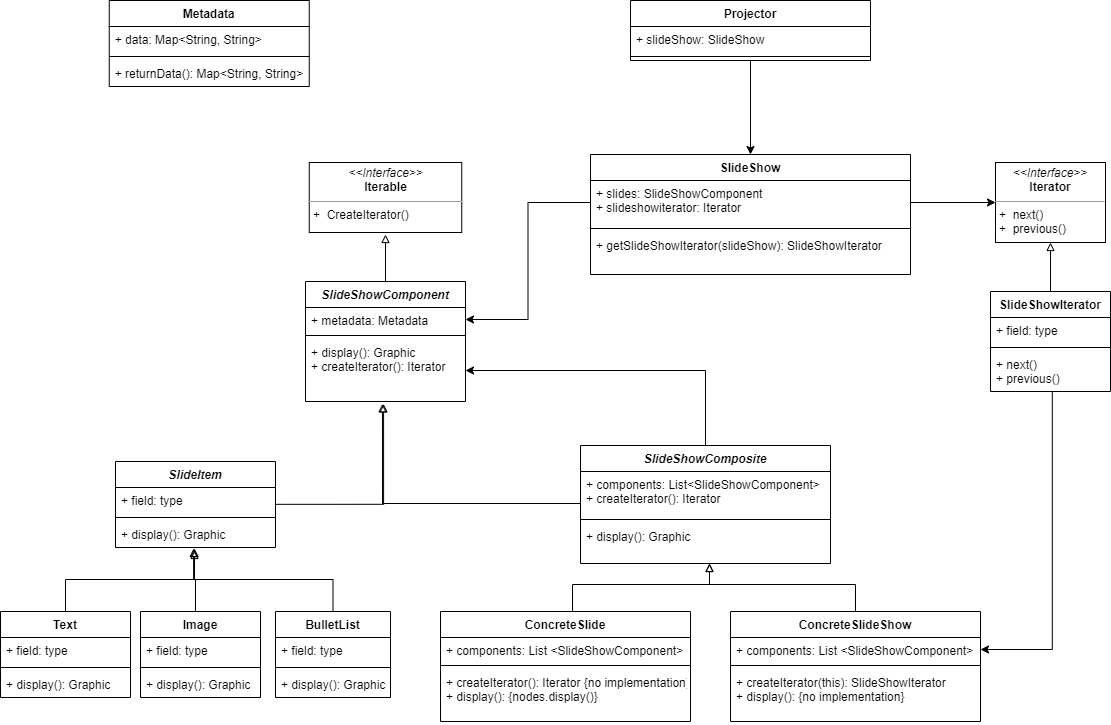
Earlier version of the draw.io export Diagrams/DesignModel.drawio.png (maartendekker1998/OU_jabberpoint). Source tidied: cells renumbered, new cells last; positions are measured from the earlier drawing's top-left corner, leaving out a move shared by most shapes.
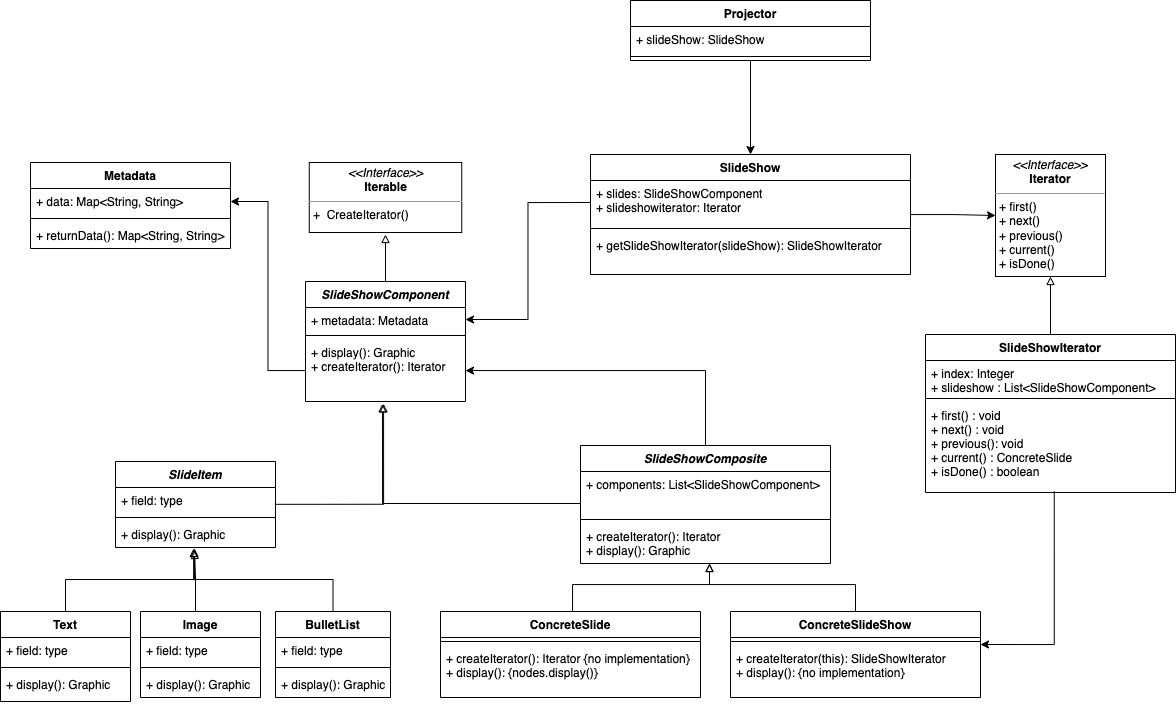
The same file after the commit.

The edit, as a diff of the source:
```diff
@@ -32,7 +32,7 @@
       <mxGeometry y="58" width="160" height="62" as="geometry" />
     </mxCell>
     <mxCell id="11" value="Metadata" style="swimlane;fontStyle=1;align=center;verticalAlign=top;horizontal=1;startSize=26;" parent="1" vertex="1">
-      <mxGeometry x="108.8" width="200" height="86" as="geometry" />
+      <mxGeometry x="30" y="162" width="200" height="86" as="geometry" />
     </mxCell>
     <mxCell id="12" value="+ data: Map&lt;String, String&gt;" style="text;strokeColor=none;fillColor=none;align=left;verticalAlign=top;spacingLeft=4;spacingRight=4;overflow=hidden;points=[[0,0.5],[1,0.5]];portConstraint=eastwest;" parent="11" vertex="1">
       <mxGeometry y="26" width="200" height="26" as="geometry" />
@@ -57,20 +57,20 @@
     <mxCell id="17" value="SlideShowComposite" style="swimlane;fontStyle=3;align=center;verticalAlign=top;horizontal=1;startSize=26;" parent="1" vertex="1">
       <mxGeometry x="580" y="445" width="250" height="118" as="geometry" />
     </mxCell>
-    <mxCell id="18" value="+ components: List&lt;SlideShowComponent&gt;&#10;+ createIterator(): Iterator" style="text;strokeColor=none;fillColor=none;align=left;verticalAlign=top;spacingLeft=4;spacingRight=4;overflow=hidden;" parent="17" vertex="1">
+    <mxCell id="18" value="+ components: List&lt;SlideShowComponent&gt;&#10;" style="text;strokeColor=none;fillColor=none;align=left;verticalAlign=top;spacingLeft=4;spacingRight=4;overflow=hidden;" parent="17" vertex="1">
       <mxGeometry y="26" width="250" height="44" as="geometry" />
     </mxCell>
     <mxCell id="19" style="line;strokeWidth=1;fillColor=none;align=left;verticalAlign=middle;spacingTop=-1;spacingLeft=3;spacingRight=3;labelPosition=right;strokeColor=inherit;" parent="17" vertex="1">
       <mxGeometry y="70" width="250" height="8" as="geometry" />
     </mxCell>
-    <mxCell id="20" value="+ display(): Graphic" style="text;strokeColor=none;fillColor=none;align=left;verticalAlign=top;spacingLeft=4;spacingRight=4;overflow=hidden;points=[[0,0.5],[1,0.5]];portConstraint=eastwest;" parent="17" vertex="1">
+    <mxCell id="20" value="+ createIterator(): Iterator&#10;+ display(): Graphic" style="text;strokeColor=none;fillColor=none;align=left;verticalAlign=top;spacingLeft=4;spacingRight=4;overflow=hidden;points=[[0,0.5],[1,0.5]];portConstraint=eastwest;" parent="17" vertex="1">
       <mxGeometry y="78" width="250" height="40" as="geometry" />
     </mxCell>
     <mxCell id="21" style="edgeStyle=orthogonalEdgeStyle;rounded=0;jettySize=auto;html=1;entryX=0.494;entryY=1.038;entryDx=0;entryDy=0;entryPerimeter=0;startArrow=none;startFill=0;endArrow=block;endFill=0;" parent="1" edge="1" source="22" target="40">
       <mxGeometry relative="1" as="geometry" />
     </mxCell>
     <mxCell id="22" value="Text" style="swimlane;fontStyle=1;align=center;verticalAlign=top;horizontal=1;startSize=26;" parent="1" vertex="1">
-      <mxGeometry y="611" width="130" height="86" as="geometry" />
+      <mxGeometry y="611" width="130" height="90" as="geometry" />
     </mxCell>
     <mxCell id="23" value="+ field: type" style="text;strokeColor=none;fillColor=none;align=left;verticalAlign=top;spacingLeft=4;spacingRight=4;overflow=hidden;" parent="22" vertex="1">
       <mxGeometry y="26" width="130" height="26" as="geometry" />
@@ -79,7 +79,7 @@
       <mxGeometry y="52" width="130" height="8" as="geometry" />
     </mxCell>
     <mxCell id="25" value="+ display(): Graphic" style="text;strokeColor=none;fillColor=none;align=left;verticalAlign=top;spacingLeft=4;spacingRight=4;overflow=hidden;" parent="22" vertex="1">
-      <mxGeometry y="60" width="130" height="26" as="geometry" />
+      <mxGeometry y="60" width="130" height="30" as="geometry" />
     </mxCell>
     <mxCell id="26" style="edgeStyle=orthogonalEdgeStyle;rounded=0;jettySize=auto;html=1;entryX=0.494;entryY=1.115;entryDx=0;entryDy=0;entryPerimeter=0;startArrow=none;startFill=0;endArrow=block;endFill=0;" parent="1" edge="1" source="27" target="40">
       <mxGeometry relative="1" as="geometry">
@@ -144,20 +144,20 @@
       </mxGeometry>
     </mxCell>
     <mxCell id="42" value="ConcreteSlide" style="swimlane;fontStyle=1;align=center;verticalAlign=top;horizontal=1;startSize=26;" parent="1" vertex="1">
-      <mxGeometry x="440" y="611" width="250" height="110" as="geometry" />
+      <mxGeometry x="440" y="611" width="260" height="86" as="geometry" />
     </mxCell>
-    <mxCell id="43" value="+ components: List &lt;SlideShowComponent&gt;&#10;" style="text;strokeColor=none;fillColor=none;align=left;verticalAlign=top;spacingLeft=4;spacingRight=4;overflow=hidden;" parent="42" vertex="1">
-      <mxGeometry y="26" width="250" height="24" as="geometry" />
-    </mxCell>
     <mxCell id="44" style="line;strokeWidth=1;fillColor=none;align=left;verticalAlign=middle;spacingTop=-1;spacingLeft=3;spacingRight=3;labelPosition=right;strokeColor=inherit;" parent="42" vertex="1">
-      <mxGeometry y="50" width="250" height="8" as="geometry" />
+      <mxGeometry y="26" width="260" height="8" as="geometry" />
     </mxCell>
     <mxCell id="45" value="+ createIterator(): Iterator {no implementation}&#10;+ display(): {nodes.display()}" style="text;strokeColor=none;fillColor=none;align=left;verticalAlign=top;spacingLeft=4;spacingRight=4;overflow=hidden;" parent="42" vertex="1">
-      <mxGeometry y="58" width="250" height="52" as="geometry" />
+      <mxGeometry y="34" width="260" height="52" as="geometry" />
     </mxCell>
     <mxCell id="46" style="edgeStyle=orthogonalEdgeStyle;rounded=0;jettySize=auto;html=1;startArrow=none;startFill=0;endArrow=classic;endFill=1;exitX=0;exitY=0.5;exitDx=0;exitDy=0;" parent="1" edge="1" source="48" target="8">
       <mxGeometry relative="1" as="geometry" />
     </mxCell>
+    <mxCell id="65" style="edgeStyle=orthogonalEdgeStyle;rounded=0;jettySize=auto;html=1;entryX=0;entryY=0.5;entryDx=0;entryDy=0;" parent="1" edge="1" source="47" target="52">
+      <mxGeometry relative="1" as="geometry" />
+    </mxCell>
     <mxCell id="47" value="SlideShow" style="swimlane;fontStyle=1;align=center;verticalAlign=top;horizontal=1;startSize=26;" parent="1" vertex="1">
       <mxGeometry x="590" y="154" width="320" height="120" as="geometry" />
     </mxCell>
@@ -173,23 +173,23 @@
     <mxCell id="51" value="&lt;p style=&quot;margin:0px;margin-top:4px;text-align:center;&quot;&gt;&lt;i&gt;&amp;lt;&amp;lt;Interface&amp;gt;&amp;gt;&lt;/i&gt;&lt;br&gt;&lt;b&gt;Iterable&lt;/b&gt;&lt;/p&gt;&lt;hr size=&quot;1&quot;&gt;&lt;p style=&quot;margin:0px;margin-left:4px;&quot;&gt;+&amp;nbsp; CreateIterator()&lt;/p&gt;&lt;p style=&quot;margin:0px;margin-left:4px;&quot;&gt;&lt;br&gt;&lt;/p&gt;" style="verticalAlign=top;align=left;overflow=fill;fontSize=12;fontFamily=Helvetica;html=1;" parent="1" vertex="1">
       <mxGeometry x="308.8" y="162" width="152.5" height="70" as="geometry" />
     </mxCell>
-    <mxCell id="52" value="&lt;p style=&quot;margin:0px;margin-top:4px;text-align:center;&quot;&gt;&lt;i&gt;&amp;lt;&amp;lt;Interface&amp;gt;&amp;gt;&lt;/i&gt;&lt;br&gt;&lt;b&gt;Iterator&lt;/b&gt;&lt;/p&gt;&lt;hr size=&quot;1&quot;&gt;&lt;p style=&quot;margin:0px;margin-left:4px;&quot;&gt;+&amp;nbsp; next()&lt;/p&gt;&lt;p style=&quot;margin:0px;margin-left:4px;&quot;&gt;+&amp;nbsp; previous()&lt;/p&gt;&lt;p style=&quot;margin:0px;margin-left:4px;&quot;&gt;&lt;br&gt;&lt;/p&gt;" style="verticalAlign=top;align=left;overflow=fill;fontSize=12;fontFamily=Helvetica;html=1;" parent="1" vertex="1">
-      <mxGeometry x="995" y="162" width="110" height="80" as="geometry" />
+    <mxCell id="52" value="&lt;p style=&quot;margin:0px;margin-top:4px;text-align:center;&quot;&gt;&lt;i&gt;&amp;lt;&amp;lt;Interface&amp;gt;&amp;gt;&lt;/i&gt;&lt;br&gt;&lt;b&gt;Iterator&lt;/b&gt;&lt;/p&gt;&lt;hr size=&quot;1&quot;&gt;&lt;p style=&quot;margin:0px;margin-left:4px;&quot;&gt;+ first()&lt;br style=&quot;padding: 0px; margin: 0px;&quot;&gt;+ next()&lt;/p&gt;&lt;p style=&quot;margin:0px;margin-left:4px;&quot;&gt;+ previous()&lt;br style=&quot;padding: 0px; margin: 0px;&quot;&gt;+ current()&lt;br style=&quot;padding: 0px; margin: 0px;&quot;&gt;+ isDone()&lt;br&gt;&lt;/p&gt;&lt;p style=&quot;margin:0px;margin-left:4px;&quot;&gt;&lt;br&gt;&lt;/p&gt;" style="verticalAlign=top;align=left;overflow=fill;fontSize=12;fontFamily=Helvetica;html=1;" parent="1" vertex="1">
+      <mxGeometry x="995" y="154" width="110" height="122" as="geometry" />
     </mxCell>
     <mxCell id="53" style="edgeStyle=orthogonalEdgeStyle;rounded=0;jettySize=auto;html=1;entryX=0.5;entryY=1;entryDx=0;entryDy=0;startArrow=none;startFill=0;endArrow=block;endFill=0;" parent="1" edge="1" source="54" target="52">
       <mxGeometry relative="1" as="geometry" />
     </mxCell>
     <mxCell id="54" value="SlideShowIterator" style="swimlane;fontStyle=1;align=center;verticalAlign=top;horizontal=1;startSize=26;" parent="1" vertex="1">
-      <mxGeometry x="990" y="291" width="120" height="100" as="geometry" />
+      <mxGeometry x="925" y="334" width="250" height="158" as="geometry" />
     </mxCell>
-    <mxCell id="55" value="+ field: type" style="text;strokeColor=none;fillColor=none;align=left;verticalAlign=top;spacingLeft=4;spacingRight=4;overflow=hidden;" parent="54" vertex="1">
-      <mxGeometry y="26" width="120" height="26" as="geometry" />
+    <mxCell id="55" value="+ index: Integer&#10;+ slideshow : List&lt;SlideShowComponent&gt;" style="text;strokeColor=none;fillColor=none;align=left;verticalAlign=top;spacingLeft=4;spacingRight=4;overflow=hidden;" parent="54" vertex="1">
+      <mxGeometry y="26" width="250" height="34" as="geometry" />
     </mxCell>
     <mxCell id="56" style="line;strokeWidth=1;fillColor=none;align=left;verticalAlign=middle;spacingTop=-1;spacingLeft=3;spacingRight=3;labelPosition=right;strokeColor=inherit;" parent="54" vertex="1">
-      <mxGeometry y="52" width="120" height="8" as="geometry" />
+      <mxGeometry y="60" width="250" height="8" as="geometry" />
     </mxCell>
-    <mxCell id="57" value="+ next()&#10;+ previous()" style="text;strokeColor=none;fillColor=none;align=left;verticalAlign=top;spacingLeft=4;spacingRight=4;overflow=hidden;points=[[0,0.5],[1,0.5]];portConstraint=eastwest;" parent="54" vertex="1">
-      <mxGeometry y="60" width="120" height="40" as="geometry" />
+    <mxCell id="57" value="+ first() : void&#10;+ next() : void&#10;+ previous(): void&#10;+ current() : ConcreteSlide&#10;+ isDone() : boolean" style="text;strokeColor=none;fillColor=none;align=left;verticalAlign=top;spacingLeft=4;spacingRight=4;overflow=hidden;points=[[0,0.5],[1,0.5]];portConstraint=eastwest;" parent="54" vertex="1">
+      <mxGeometry y="68" width="250" height="90" as="geometry" />
     </mxCell>
     <mxCell id="58" style="edgeStyle=orthogonalEdgeStyle;rounded=0;jettySize=auto;html=1;startArrow=none;startFill=0;endArrow=block;endFill=0;" parent="1" edge="1" source="59" target="20">
       <mxGeometry relative="1" as="geometry">
@@ -200,22 +200,25 @@
       </mxGeometry>
     </mxCell>
     <mxCell id="59" value="ConcreteSlideShow" style="swimlane;fontStyle=1;align=center;verticalAlign=top;horizontal=1;startSize=26;" parent="1" vertex="1">
-      <mxGeometry x="730" y="611" width="250" height="110" as="geometry" />
+      <mxGeometry x="730" y="611" width="250" height="86" as="geometry" />
     </mxCell>
-    <mxCell id="60" value="+ components: List &lt;SlideShowComponent&gt;&#10;" style="text;strokeColor=none;fillColor=none;align=left;verticalAlign=top;spacingLeft=4;spacingRight=4;overflow=hidden;points=[[0,0.5],[1,0.5]];portConstraint=eastwest;" parent="59" vertex="1">
-      <mxGeometry y="26" width="250" height="24" as="geometry" />
-    </mxCell>
     <mxCell id="61" style="line;strokeWidth=1;fillColor=none;align=left;verticalAlign=middle;spacingTop=-1;spacingLeft=3;spacingRight=3;labelPosition=right;strokeColor=inherit;" parent="59" vertex="1">
-      <mxGeometry y="50" width="250" height="8" as="geometry" />
+      <mxGeometry y="26" width="250" height="8" as="geometry" />
     </mxCell>
     <mxCell id="62" value="+ createIterator(this): SlideShowIterator&#10;+ display(): {no implementation}" style="text;strokeColor=none;fillColor=none;align=left;verticalAlign=top;spacingLeft=4;spacingRight=4;overflow=hidden;" parent="59" vertex="1">
-      <mxGeometry y="58" width="250" height="52" as="geometry" />
+      <mxGeometry y="34" width="250" height="52" as="geometry" />
     </mxCell>
-    <mxCell id="63" style="edgeStyle=orthogonalEdgeStyle;rounded=0;jettySize=auto;html=1;entryX=0;entryY=0.5;entryDx=0;entryDy=0;startArrow=none;startFill=0;endArrow=classic;endFill=1;" parent="1" edge="1" source="48" target="52">
-      <mxGeometry relative="1" as="geometry" />
-    </mxCell>
-    <mxCell id="64" style="edgeStyle=orthogonalEdgeStyle;rounded=0;jettySize=auto;html=1;entryX=1;entryY=0.5;entryDx=0;entryDy=0;startArrow=none;startFill=0;endArrow=classic;endFill=1;exitX=0.515;exitY=0.988;exitDx=0;exitDy=0;exitPerimeter=0;" parent="1" edge="1" source="57" target="60">
-      <mxGeometry relative="1" as="geometry" />
+    <mxCell id="64" style="edgeStyle=orthogonalEdgeStyle;rounded=0;jettySize=auto;html=1;startArrow=none;startFill=0;endArrow=classic;endFill=1;exitX=0.515;exitY=0.988;exitDx=0;exitDy=0;exitPerimeter=0;" parent="1" edge="1" source="57">
+      <mxGeometry relative="1" as="geometry">
+        <mxPoint x="980" y="644" as="targetPoint" />
+        <Array as="points">
+          <mxPoint x="1052" y="644" />
+          <mxPoint x="980" y="644" />
+        </Array>
+      </mxGeometry>
     </mxCell>
+    <mxCell id="66" style="edgeStyle=orthogonalEdgeStyle;rounded=0;jettySize=auto;html=1;entryX=1;entryY=0.5;entryDx=0;entryDy=0;" parent="1" edge="1" source="10" target="12">
+      <mxGeometry relative="1" as="geometry" />
+    </mxCell>
   </root>
 </mxGraphModel>
```
